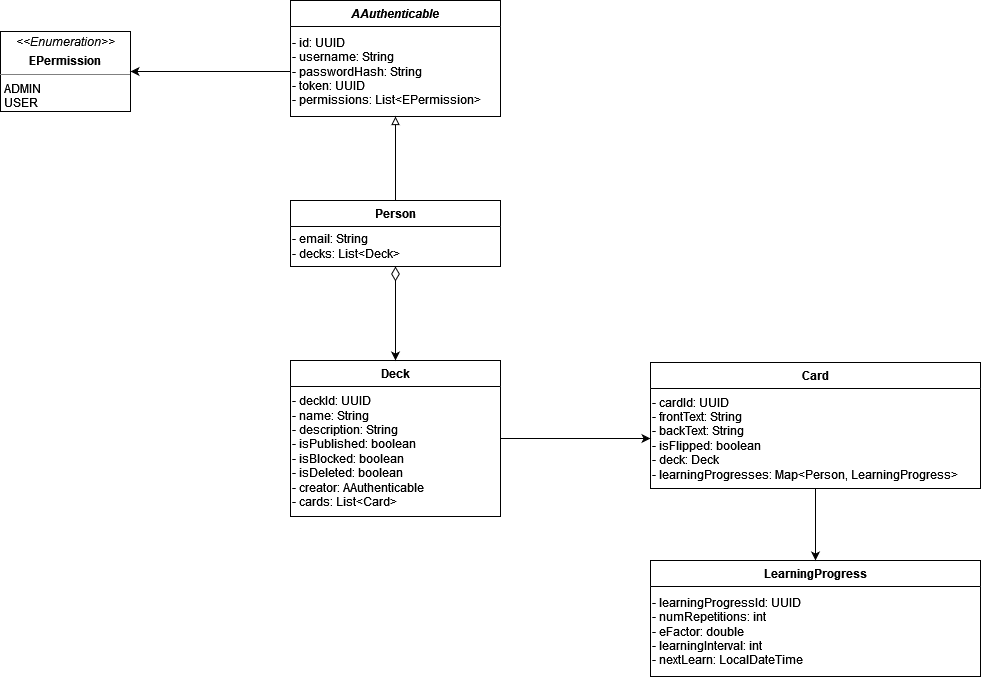
FabioPlunser/SWA-Project keeps this draw.io diagram as Diagrams/domain-model/domain-model.png. Above is the earlier version. Source tidied: cells renumbered, new cells last; positions are measured from the earlier drawing's top-left corner, leaving out a move shared by most shapes.
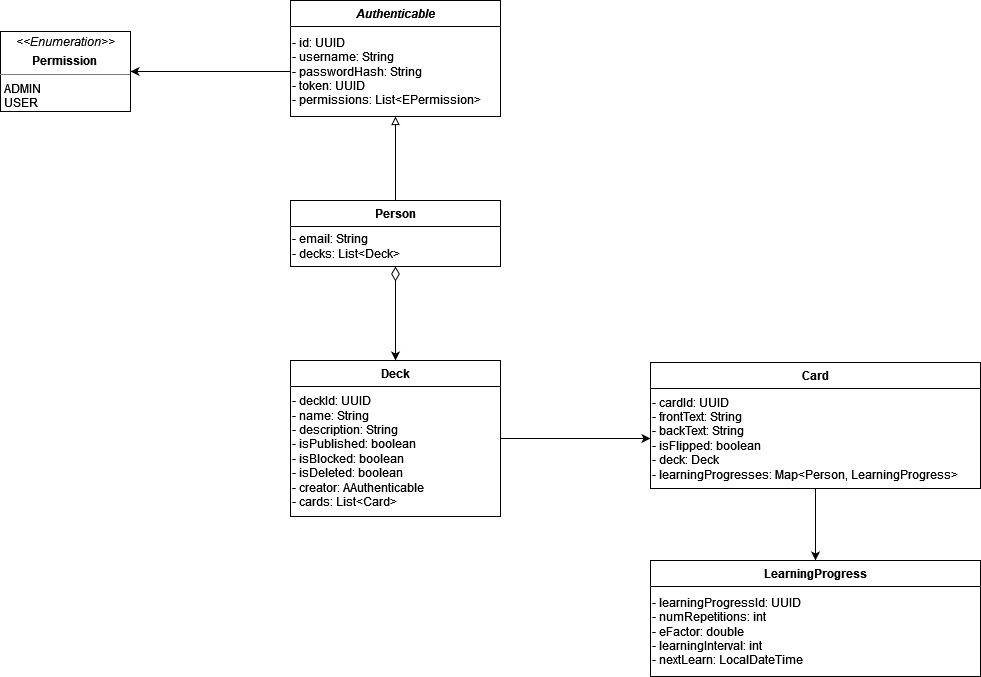
Later version of the same file.

Commit message:
Removed prefixes E and A (Enumeration, Abstract) from domain model diagram

Change to the diagram source:
```diff
@@ -2,13 +2,13 @@
   <root>
     <mxCell id="0" />
     <mxCell id="1" parent="0" />
-    <mxCell id="2" value="AAuthenticable" style="swimlane;fontStyle=3;horizontal=1;startSize=26;fillColor=none;" parent="1" vertex="1">
+    <mxCell id="2" value="Authenticable" style="swimlane;fontStyle=3;horizontal=1;startSize=26;fillColor=none;" parent="1" vertex="1">
       <mxGeometry x="290" width="210" height="116" as="geometry" />
     </mxCell>
     <mxCell id="3" value="&lt;div&gt;- id: UUID&lt;/div&gt;&lt;div&gt;- username: String&lt;/div&gt;&lt;div&gt;- passwordHash: String&lt;/div&gt;&lt;div&gt;- token: UUID&lt;/div&gt;&lt;div&gt;- permissions: List&amp;lt;EPermission&amp;gt;&lt;br&gt;&lt;/div&gt;" style="text;html=1;align=left;verticalAlign=middle;points=[];strokeColor=none;fillColor=none;" parent="2" vertex="1">
       <mxGeometry y="26" width="210" height="90" as="geometry" />
     </mxCell>
-    <mxCell id="4" value="&lt;p style=&quot;margin:0px;margin-top:4px;text-align:center;&quot;&gt;&lt;i&gt;&amp;lt;&amp;lt;Enumeration&amp;gt;&amp;gt;&lt;/i&gt;&lt;/p&gt;&lt;p style=&quot;margin:0px;margin-top:4px;text-align:center;&quot;&gt;&lt;b&gt;EPermission&lt;/b&gt;&lt;br&gt;&lt;/p&gt;&lt;hr size=&quot;1&quot;&gt;&lt;p style=&quot;margin:0px;margin-left:4px;&quot;&gt;ADMIN&lt;/p&gt;&lt;p style=&quot;margin:0px;margin-left:4px;&quot;&gt;USER&lt;br&gt;&lt;/p&gt;" style="verticalAlign=top;align=left;overflow=fill;fontSize=12;fontFamily=Helvetica;html=1;" parent="1" vertex="1">
+    <mxCell id="4" value="&lt;p style=&quot;margin:0px;margin-top:4px;text-align:center;&quot;&gt;&lt;i&gt;&amp;lt;&amp;lt;Enumeration&amp;gt;&amp;gt;&lt;/i&gt;&lt;/p&gt;&lt;p style=&quot;margin:0px;margin-top:4px;text-align:center;&quot;&gt;&lt;b&gt;Permission&lt;/b&gt;&lt;br&gt;&lt;/p&gt;&lt;hr size=&quot;1&quot;&gt;&lt;p style=&quot;margin:0px;margin-left:4px;&quot;&gt;ADMIN&lt;/p&gt;&lt;p style=&quot;margin:0px;margin-left:4px;&quot;&gt;USER&lt;br&gt;&lt;/p&gt;" style="verticalAlign=top;align=left;overflow=fill;fontSize=12;fontFamily=Helvetica;html=1;" parent="1" vertex="1">
       <mxGeometry y="31" width="130" height="80" as="geometry" />
     </mxCell>
     <mxCell id="5" style="edgeStyle=orthogonalEdgeStyle;rounded=0;jettySize=auto;html=1;" parent="1" edge="1" source="3" target="4">
```
